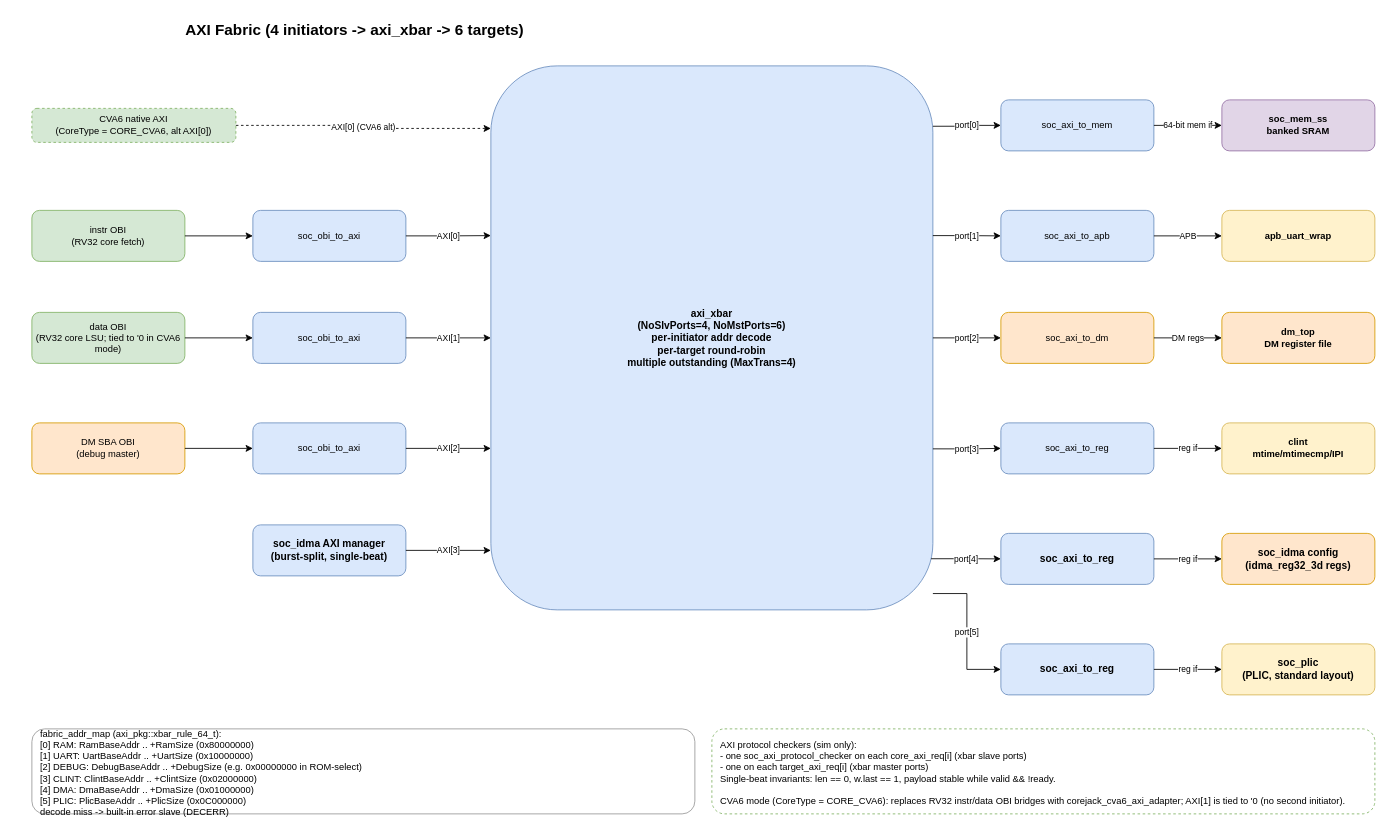
patrickerich/corejack keeps this draw.io diagram as page "AXI Fabric" (2 of 8) of docs/media/corejack_soc.drawio. Above is the earlier version. Source tidied: cells renumbered, new cells numbered last; positions are measured from the earlier drawing's top-left corner, leaving out a move shared by most shapes. Both pictures are drawn from the tidied source at 85%, with x=0, y=0 at pixel (14, 14).
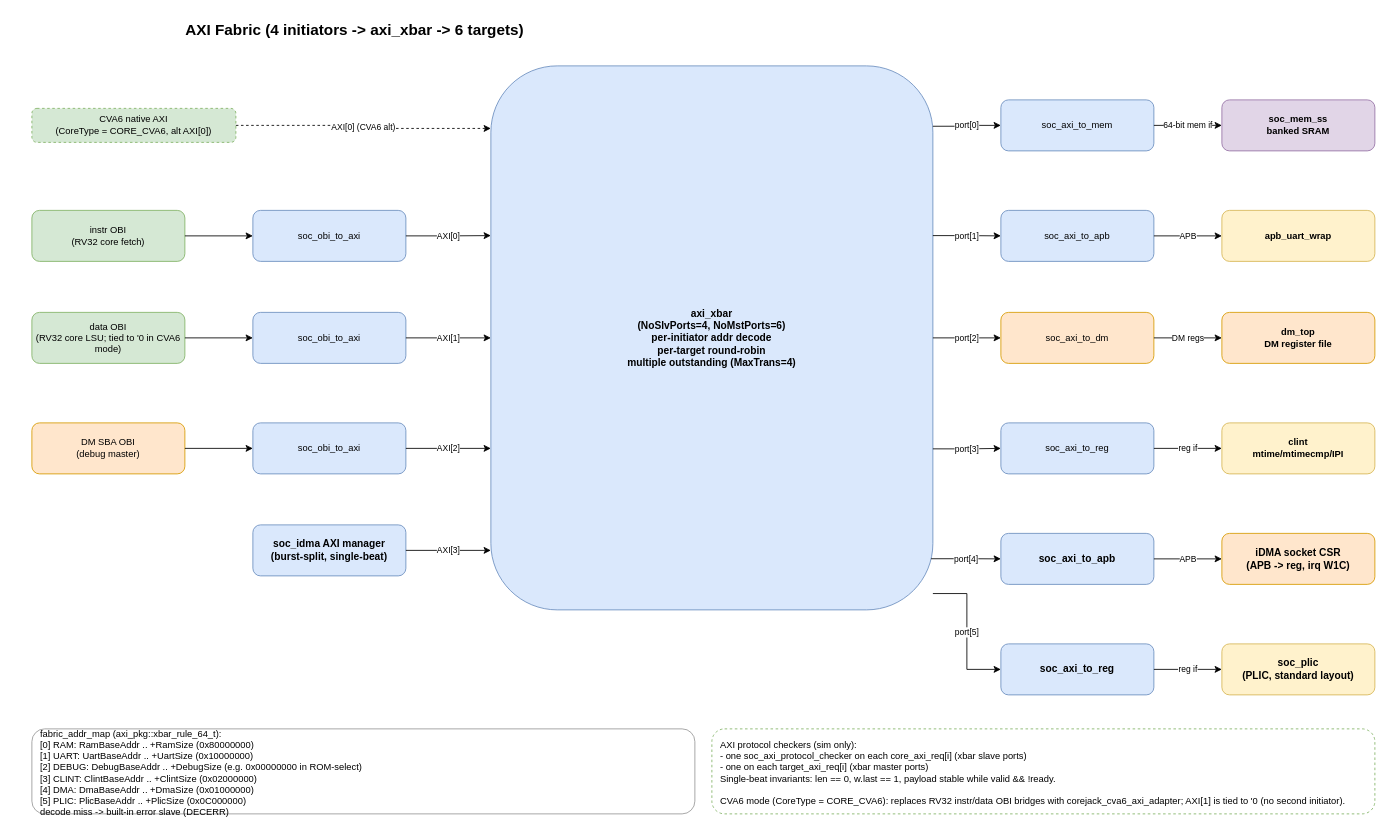
After the change.

The edit, as a diff of the source:
```diff
@@
-    <mxCell id="12" value="soc_axi_to_reg" style="rounded=1;whiteSpace=wrap;html=1;fillColor=#dae8fc;strokeColor=#6c8ebf;fontSize=12;fontStyle=1;verticalAlign=middle;" parent="1" vertex="1">
+    <mxCell id="12" value="soc_axi_to_apb" style="rounded=1;whiteSpace=wrap;html=1;fillColor=#dae8fc;strokeColor=#6c8ebf;fontSize=12;fontStyle=1;verticalAlign=middle;" parent="1" vertex="1">
       <mxGeometry x="1160" y="610" width="180" height="60" as="geometry" />
     </mxCell>
-    <mxCell id="13" value="soc_idma config&#10;(idma_reg32_3d regs)" style="rounded=1;whiteSpace=wrap;html=1;fillColor=#ffe6cc;strokeColor=#d79b00;fontSize=12;fontStyle=1;verticalAlign=middle;" parent="1" vertex="1">
+    <mxCell id="13" value="iDMA socket CSR&#10;(APB -&gt; reg, irq W1C)" style="rounded=1;whiteSpace=wrap;html=1;fillColor=#ffe6cc;strokeColor=#d79b00;fontSize=12;fontStyle=1;verticalAlign=middle;" parent="1" vertex="1">
       <mxGeometry x="1420" y="610" width="180" height="60" as="geometry" />
     </mxCell>
@@
-    <mxCell id="16" value="reg if" style="endArrow=classic;html=1;edgeStyle=orthogonalEdgeStyle;rounded=0;fontSize=10;exitX=1;exitY=0.5;entryX=0;entryY=0.5;" parent="1" edge="1" source="12" target="13">
+    <mxCell id="16" value="APB" style="endArrow=classic;html=1;edgeStyle=orthogonalEdgeStyle;rounded=0;fontSize=10;exitX=1;exitY=0.5;entryX=0;entryY=0.5;" parent="1" edge="1" source="12" target="13">
       <mxGeometry relative="1" as="geometry" />
     </mxCell>
```
